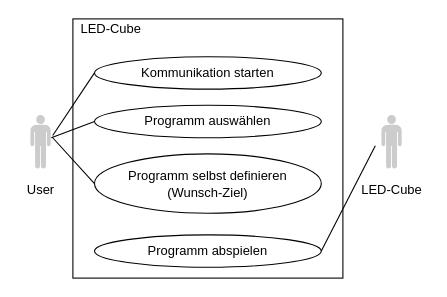
The draw.io diagram Dokumentation/Kontexdiagram.drawio in 3raymon/LedCube_4PMSwEng_HSR, before the edit. Source tidied: cells renumbered, new cells numbered last; positions are measured from the earlier drawing's top-left corner, leaving out a move shared by most shapes. Both pictures are drawn from the tidied source at 108%, with x=0, y=0 at pixel (18, 18).
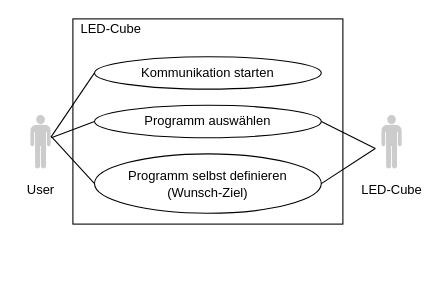
Above is the later version.

Commit message (it also covers changes not shown here):
Kontextdiagramm angepasst

Diff of the diagram source:
```diff
@@
 <mxGraphModel>
   <root>
     <mxCell id="0" />
     <mxCell id="1" parent="0" />
     <mxCell id="2" style="verticalLabelPosition=bottom;html=1;fillColor=#CCCCCC;verticalAlign=top;align=center;shape=mxgraph.cisco_safe.design.actor_2;gradientColor=none;" parent="1" vertex="1">
       <mxGeometry x="10.5" y="89" width="19" height="50" as="geometry" />
     </mxCell>
     <mxCell id="3" style="verticalLabelPosition=bottom;html=1;fillColor=#CCCCCC;verticalAlign=top;align=center;shape=mxgraph.cisco_safe.design.actor_2;gradientColor=none;" parent="1" vertex="1">
       <mxGeometry x="335.5" y="89" width="19" height="50" as="geometry" />
     </mxCell>
     <mxCell id="4" value="User" style="text;html=1;align=center;verticalAlign=top;spacingTop=-4;" parent="1" vertex="1">
       <mxGeometry y="149" width="40" height="20" as="geometry" />
     </mxCell>
     <mxCell id="5" value="LED-Cube" style="text;html=1;align=center;verticalAlign=top;spacingTop=-4;" parent="1" vertex="1">
       <mxGeometry x="310" y="149" width="70" height="20" as="geometry" />
     </mxCell>
     <mxCell id="6" style="rounded=0;whiteSpace=wrap;html=1;fillColor=none;gradientColor=none;align=center;" parent="1" vertex="1">
-      <mxGeometry x="50" width="250" height="240" as="geometry" />
+      <mxGeometry x="50" width="250" height="190" as="geometry" />
     </mxCell>
     <mxCell id="7" value="LED-Cube" style="text;html=1;align=center;verticalAlign=top;spacingTop=-4;" parent="1" vertex="1">
       <mxGeometry x="50" width="70" height="20" as="geometry" />
     </mxCell>
     <mxCell id="8" value="Kommunikation starten" style="ellipse;whiteSpace=wrap;html=1;fillColor=none;gradientColor=none;align=center;" parent="1" vertex="1">
       <mxGeometry x="70" y="35" width="210" height="30" as="geometry" />
     </mxCell>
     <mxCell id="9" value="Programm auswählen" style="ellipse;whiteSpace=wrap;html=1;fillColor=none;gradientColor=none;align=center;" parent="1" vertex="1">
       <mxGeometry x="70" y="80" width="210" height="30" as="geometry" />
     </mxCell>
-    <mxCell id="10" style="endArrow=none;html=1;entryX=1.096;entryY=0.38;entryDx=0;entryDy=0;entryPerimeter=0;exitX=0;exitY=0.5;exitDx=0;exitDy=0;" parent="1" edge="1" source="8" target="2">
+    <mxCell id="10" style="endArrow=none;html=1;exitX=0;exitY=0.5;exitDx=0;exitDy=0;entryX=1.009;entryY=0.409;entryDx=0;entryDy=0;entryPerimeter=0;" parent="1" edge="1" source="8" target="2">
       <mxGeometry relative="1" as="geometry" />
     </mxCell>
     <mxCell id="11" style="endArrow=none;html=1;exitX=0;exitY=0.5;exitDx=0;exitDy=0;" parent="1" edge="1" source="9">
       <mxGeometry relative="1" as="geometry">
         <mxPoint x="30" y="110" as="targetPoint" />
       </mxGeometry>
     </mxCell>
-    <mxCell id="12" value="Programm abspielen" style="ellipse;whiteSpace=wrap;html=1;fillColor=none;gradientColor=none;align=center;" parent="1" vertex="1">
-      <mxGeometry x="70" y="200" width="210" height="30" as="geometry" />
-    </mxCell>
-    <mxCell id="13" style="endArrow=none;html=1;entryX=1;entryY=0.5;entryDx=0;entryDy=0;exitX=-0.289;exitY=0.567;exitDx=0;exitDy=0;exitPerimeter=0;" parent="1" edge="1" source="3" target="12">
-      <mxGeometry relative="1" as="geometry" />
+    <mxCell id="13" style="endArrow=none;html=1;entryX=1;entryY=0.5;entryDx=0;entryDy=0;" parent="1" edge="1" target="14">
+      <mxGeometry relative="1" as="geometry">
+        <mxPoint x="330" y="120" as="sourcePoint" />
+      </mxGeometry>
     </mxCell>
     <mxCell id="14" value="Programm selbst definieren&lt;br&gt;(Wunsch-Ziel)" style="ellipse;whiteSpace=wrap;html=1;fillColor=none;gradientColor=none;align=center;" parent="1" vertex="1">
       <mxGeometry x="70" y="125" width="210" height="55" as="geometry" />
     </mxCell>
-    <mxCell id="15" style="endArrow=none;html=1;entryX=0;entryY=0.5;entryDx=0;entryDy=0;exitX=1.062;exitY=0.407;exitDx=0;exitDy=0;exitPerimeter=0;" parent="1" edge="1" source="2" target="14">
+    <mxCell id="15" style="endArrow=none;html=1;entryX=0;entryY=0.5;entryDx=0;entryDy=0;exitX=1.032;exitY=0.4;exitDx=0;exitDy=0;exitPerimeter=0;" parent="1" edge="1" source="2" target="14">
       <mxGeometry relative="1" as="geometry" />
     </mxCell>
+    <mxCell id="16" style="endArrow=none;html=1;entryX=1;entryY=0.5;entryDx=0;entryDy=0;" parent="1" edge="1" target="9">
+      <mxGeometry relative="1" as="geometry">
+        <mxPoint x="330" y="120" as="sourcePoint" />
+      </mxGeometry>
+    </mxCell>
   </root>
 </mxGraphModel>
```
